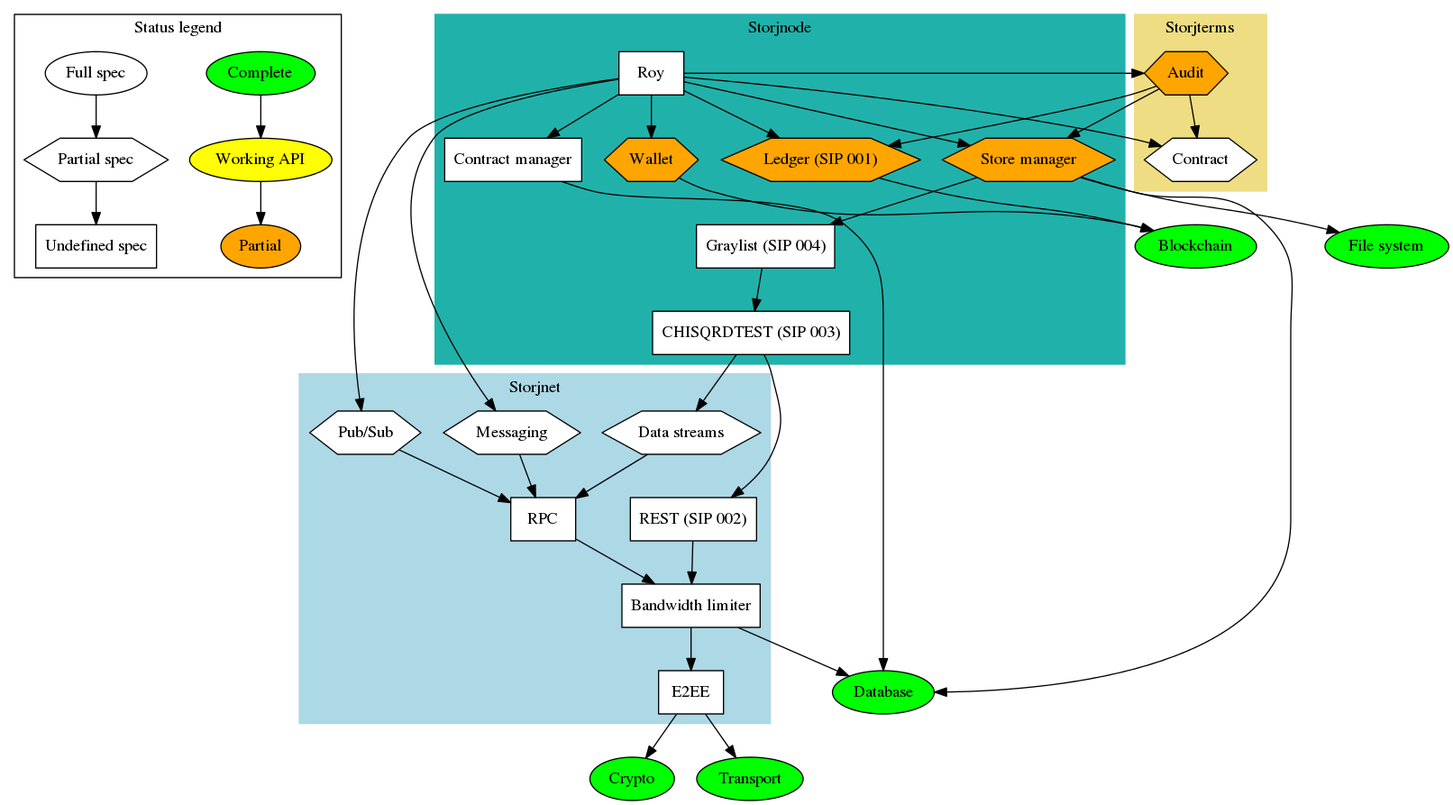
StorjOld/storjspec keeps this Graphviz diagram as status.png. Above is the earlier version. Its source is kept beside it as status.dot. The source it was exported from:
```dot


digraph G {
    node [shape="box", style="filled", color="black", fillcolor="white"];

    subgraph cluster_0 {
        label = "Status legend";

        "Complete" [fillcolor=green, shape=ellipse];
        "Working API" [fillcolor=yellow, shape=ellipse];
        "Partial" [fillcolor=orange, shape=ellipse];

        "Full spec" [shape=ellipse];
        "Partial spec" [shape=hexagon];
        "Undefined spec" [shape=box];
    };
    "Complete" -> "Working API" -> "Partial";
    "Full spec" -> "Partial spec" -> "Undefined spec";


    subgraph cluster_1 {
        label = "Storjnet";
        style=filled;
        color=lightblue;

        "Pub/Sub" [shape=hexagon]; // enable publishing and subscribing to events
        "Data streams" [shape=hexagon]; // full duplex data transfer
        "Messaging" [shape=hexagon]; // to shortcut the pubsub after peer found
        "RPC"; // rpc calls and data transfer between clients
        "E2EE"; // End-to-end encryption
        "Bandwidth limiter";
        "REST (SIP 002)"; // put/get shards
    };
    "Pub/Sub" -> "RPC";
    "Messaging" -> "RPC";
    "Data streams" -> "RPC";
    "RPC" -> "Bandwidth limiter";
    "REST (SIP 002)" -> "Bandwidth limiter";
    "Bandwidth limiter" -> "E2EE";
    "E2EE" -> "Crypto";
    "E2EE" -> "Transport";
    "Bandwidth limiter" -> "Database";

    subgraph cluster_2 {
        label = "Storjterms";
        style=filled;
        color=lightgoldenrod;

        "Contract" [shape=hexagon]; // terms of a storage contract between peers
        "Audit" [fillcolor=orange, shape=hexagon]; // track state of a contract over time
    };
    "Audit" -> "Contract"; // when/how to perform the audit
    "Audit" -> "Store manager"; // perform audit challange
    "Audit" -> "Ledger (SIP 001)"; // save result in ledger

    subgraph cluster_3 {
        label = "Storjnode";
        style=filled;
        color=lightseagreen;

        "Roy"; // for sending/receiving of funds for services used
        "Store manager" [fillcolor=orange, shape=hexagon];
        "Wallet" [fillcolor=orange, shape=hexagon];
        "Contract manager"; // Store contracts
        "CHISQRDTEST (SIP 003)";
        "Graylist (SIP 004)";
        "Ledger (SIP 001)" [fillcolor=orange, shape=hexagon];
    };
    "Roy" -> "Contract manager";
    "Contract manager" -> "Database";
    "Store manager" -> "File system";
    "Store manager" -> "Graylist (SIP 004)";
    "Store manager" -> "Database";
    "Graylist (SIP 004)" -> "CHISQRDTEST (SIP 003)";
    "CHISQRDTEST (SIP 003)" -> "Data streams";
    "CHISQRDTEST (SIP 003)" -> "REST (SIP 002)";
    "Wallet" -> "Blockchain";
    "Roy" -> "Messaging";
    "Roy" -> "Audit"; // perform audits
    "Roy" -> "Contract"; // verify agreed to use/provide a service
    "Roy" -> "Ledger (SIP 001)"; // verify service was used/provided
    "Roy" -> "Wallet"; // transfer funds
    "Roy" -> "Pub/Sub"; // ask/bid on contracts
    "Roy" -> "Store manager";
    "Ledger (SIP 001)" -> "Blockchain";

    "File system" [fillcolor=green, shape=ellipse];
    "Crypto" [fillcolor=green, shape=ellipse];
    "Database" [fillcolor=green, shape=ellipse];
    "Blockchain" [fillcolor=green, shape=ellipse];
    "Transport" [fillcolor=green, shape=ellipse];
}
```
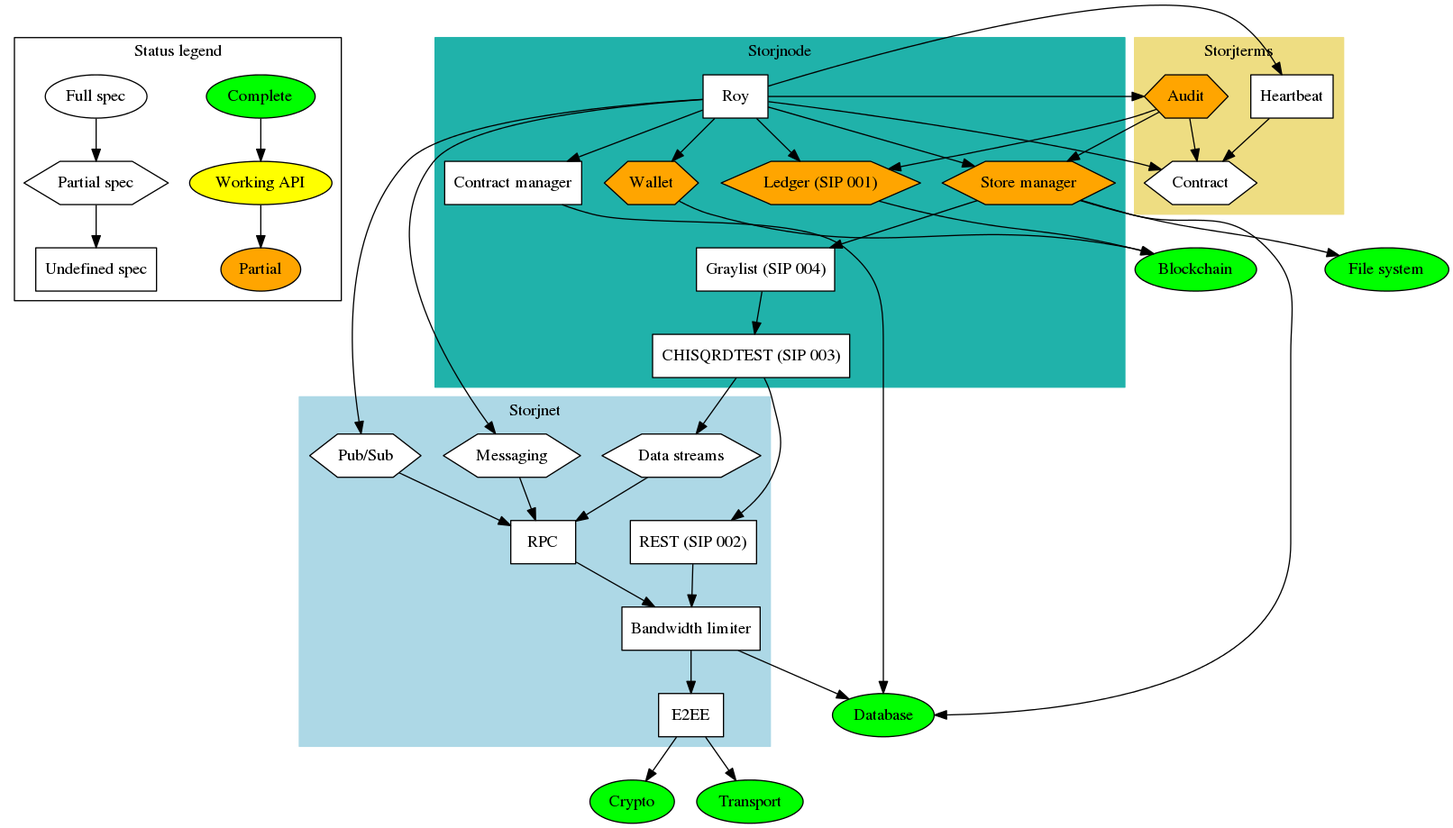
After the change.

Change to the diagram source:
```diff
@@ -48,10 +48,12 @@
 
         "Contract" [shape=hexagon]; // terms of a storage contract between peers
         "Audit" [fillcolor=orange, shape=hexagon]; // track state of a contract over time
+        "Heartbeat";
     };
     "Audit" -> "Contract"; // when/how to perform the audit
     "Audit" -> "Store manager"; // perform audit challange
     "Audit" -> "Ledger (SIP 001)"; // save result in ledger
+    "Heartbeat" -> "Contract";
 
     subgraph cluster_3 {
         label = "Storjnode";
@@ -78,6 +80,7 @@
     "Roy" -> "Messaging";
     "Roy" -> "Audit"; // perform audits
     "Roy" -> "Contract"; // verify agreed to use/provide a service
+    "Roy" -> "Heartbeat";
     "Roy" -> "Ledger (SIP 001)"; // verify service was used/provided
     "Roy" -> "Wallet"; // transfer funds
     "Roy" -> "Pub/Sub"; // ask/bid on contracts
```
